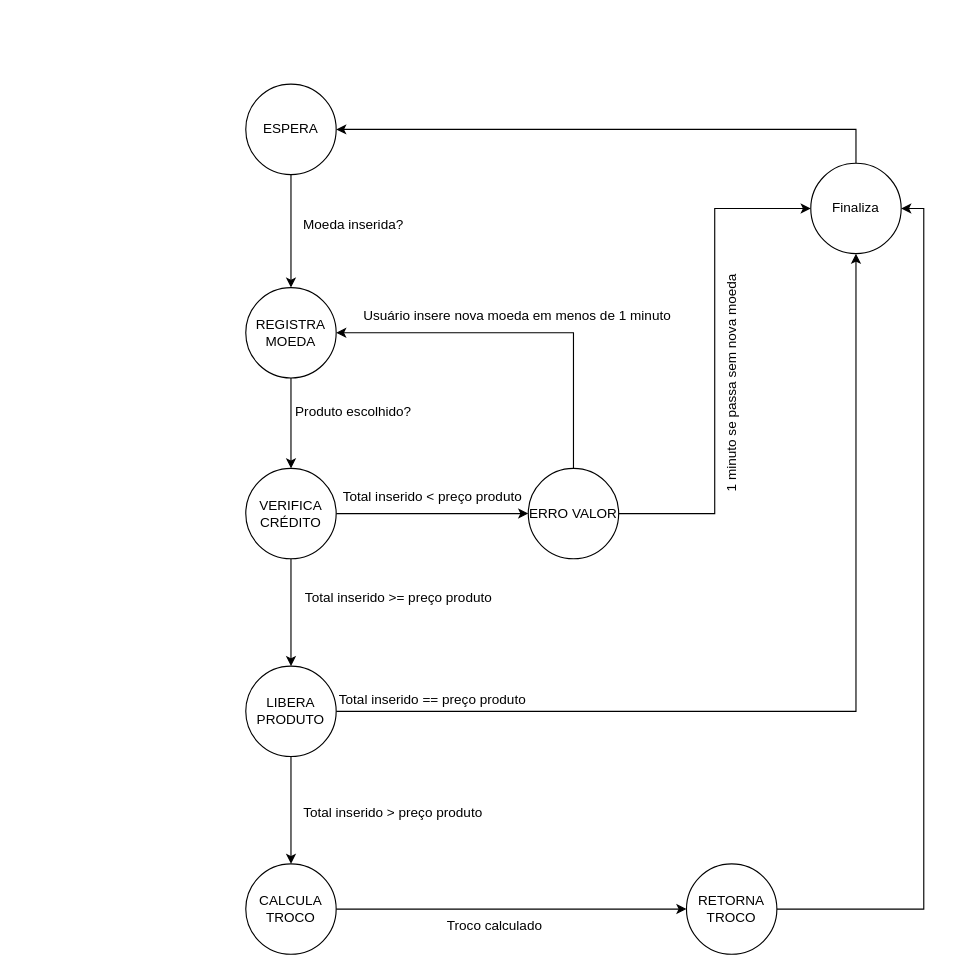
The draw.io diagram page "diagrama estado alto nível" (1 of 3) of docs/vending-machine.drawio in bbiancalopess/vending-machine, before the edit. Source tidied: cells renumbered, new cells numbered last; positions are measured from the earlier drawing's top-left corner, leaving out a move shared by most shapes. Both pictures are drawn from the tidied source at 113%, with x=0, y=0 at pixel (245, 84).
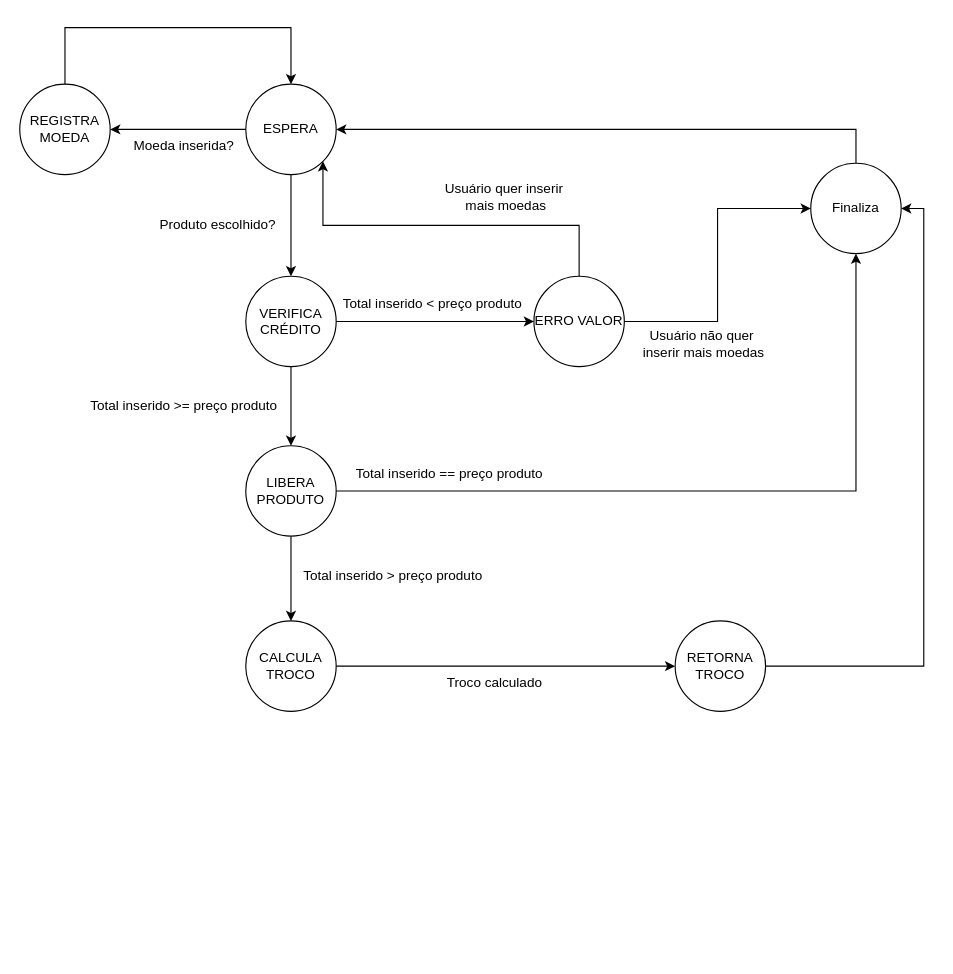
Above is the later version.

Unchanged cells that the change refers to:
```xml
<mxCell id="3" value="ESPERA" style="ellipse;whiteSpace=wrap;html=1;" parent="1" vertex="1">
  <mxGeometry width="80" height="80" as="geometry" />
</mxCell>
<mxCell id="19" value="Finaliza" style="ellipse;whiteSpace=wrap;html=1;" parent="1" vertex="1">
  <mxGeometry x="500" y="70" width="80" height="80" as="geometry" />
</mxCell>
```

Change to the diagram source:
```diff
@@
-    <mxCell id="2" style="edgeStyle=orthogonalEdgeStyle;rounded=0;jettySize=auto;html=1;exitX=0.5;exitY=1;exitDx=0;exitDy=0;entryX=0.5;entryY=0;entryDx=0;entryDy=0;" parent="1" edge="1" source="3" target="5">
+    <mxCell id="2" style="edgeStyle=orthogonalEdgeStyle;rounded=0;jettySize=auto;html=1;exitX=0;exitY=0.5;exitDx=0;exitDy=0;entryX=1;entryY=0.5;entryDx=0;entryDy=0;" parent="1" edge="1" source="3" target="5">
       <mxGeometry relative="1" as="geometry" />
     </mxCell>
@@
-    <mxCell id="4" style="edgeStyle=orthogonalEdgeStyle;rounded=0;jettySize=auto;html=1;exitX=0.5;exitY=1;exitDx=0;exitDy=0;entryX=0.5;entryY=0;entryDx=0;entryDy=0;" parent="1" edge="1" source="5" target="8">
+    <mxCell id="4" style="edgeStyle=orthogonalEdgeStyle;rounded=0;jettySize=auto;html=1;exitX=0.5;exitY=1;exitDx=0;exitDy=0;entryX=0.5;entryY=0;entryDx=0;entryDy=0;" parent="1" edge="1" source="3" target="8">
       <mxGeometry relative="1" as="geometry" />
     </mxCell>
     <mxCell id="5" value="REGISTRA MOEDA" style="ellipse;whiteSpace=wrap;html=1;" parent="1" vertex="1">
-      <mxGeometry y="180" width="80" height="80" as="geometry" />
+      <mxGeometry x="-200" width="80" height="80" as="geometry" />
     </mxCell>
@@
     <mxCell id="8" value="VERIFICA CRÉDITO" style="ellipse;whiteSpace=wrap;html=1;" parent="1" vertex="1">
-      <mxGeometry y="340" width="80" height="80" as="geometry" />
+      <mxGeometry y="170" width="80" height="80" as="geometry" />
     </mxCell>
@@
     <mxCell id="11" value="LIBERA PRODUTO" style="ellipse;whiteSpace=wrap;html=1;" parent="1" vertex="1">
-      <mxGeometry y="515" width="80" height="80" as="geometry" />
+      <mxGeometry y="320" width="80" height="80" as="geometry" />
     </mxCell>
     <mxCell id="12" value="Moeda inserida?" style="text;html=1;align=center;verticalAlign=middle;strokeColor=none;fillColor=none;" parent="1" vertex="1">
-      <mxGeometry x="40" y="110" width="110" height="30" as="geometry" />
+      <mxGeometry x="-110" y="40" width="110" height="30" as="geometry" />
     </mxCell>
     <mxCell id="13" value="Produto escolhido?" style="text;html=1;align=center;verticalAlign=middle;strokeColor=none;fillColor=none;" parent="1" vertex="1">
-      <mxGeometry x="30" y="275" width="130" height="30" as="geometry" />
+      <mxGeometry x="-90" y="110" width="130" height="30" as="geometry" />
     </mxCell>
     <mxCell id="14" value="Total inserido &amp;gt;= preço produto" style="text;html=1;align=center;verticalAlign=middle;strokeColor=none;fillColor=none;" parent="1" vertex="1">
-      <mxGeometry x="40" y="440" width="190" height="30" as="geometry" />
+      <mxGeometry x="-150" y="270" width="190" height="30" as="geometry" />
     </mxCell>
@@
     <mxCell id="16" value="CALCULA TROCO" style="ellipse;whiteSpace=wrap;html=1;" parent="1" vertex="1">
-      <mxGeometry y="690" width="80" height="80" as="geometry" />
+      <mxGeometry y="475" width="80" height="80" as="geometry" />
     </mxCell>
     <mxCell id="17" value="Total inserido &amp;gt; preço produto" style="text;html=1;align=center;verticalAlign=middle;strokeColor=none;fillColor=none;" parent="1" vertex="1">
-      <mxGeometry x="40" y="630" width="180" height="30" as="geometry" />
+      <mxGeometry x="40" y="420" width="180" height="30" as="geometry" />
     </mxCell>
@@
-    <mxCell id="20" style="edgeStyle=orthogonalEdgeStyle;rounded=0;jettySize=auto;html=1;exitX=0.5;exitY=0;exitDx=0;exitDy=0;entryX=1;entryY=0.5;entryDx=0;entryDy=0;" parent="1" edge="1" source="22" target="5">
-      <mxGeometry relative="1" as="geometry" />
-    </mxCell>
-    <mxCell id="21" style="edgeStyle=orthogonalEdgeStyle;rounded=0;jettySize=auto;html=1;exitX=1;exitY=0.5;exitDx=0;exitDy=0;entryX=0;entryY=0.5;entryDx=0;entryDy=0;" parent="1" edge="1" source="22" target="19">
-      <mxGeometry relative="1" as="geometry" />
-    </mxCell>
     <mxCell id="22" value="ERRO VALOR" style="ellipse;whiteSpace=wrap;html=1;" parent="1" vertex="1">
-      <mxGeometry x="250" y="340" width="80" height="80" as="geometry" />
+      <mxGeometry x="255" y="170" width="80" height="80" as="geometry" />
     </mxCell>
     <mxCell id="23" value="Total inserido &amp;lt; preço produto" style="text;html=1;align=center;verticalAlign=middle;strokeColor=none;fillColor=none;" parent="1" vertex="1">
-      <mxGeometry x="75" y="350" width="180" height="30" as="geometry" />
+      <mxGeometry x="75" y="180" width="180" height="30" as="geometry" />
     </mxCell>
     <mxCell id="24" value="Total inserido == preço produto" style="text;html=1;align=center;verticalAlign=middle;strokeColor=none;fillColor=none;" parent="1" vertex="1">
-      <mxGeometry x="70" y="530" width="190" height="30" as="geometry" />
+      <mxGeometry x="85" y="330" width="190" height="30" as="geometry" />
     </mxCell>
@@
     <mxCell id="26" value="RETORNA TROCO" style="ellipse;whiteSpace=wrap;html=1;" parent="1" vertex="1">
-      <mxGeometry x="390" y="690" width="80" height="80" as="geometry" />
+      <mxGeometry x="380" y="475" width="80" height="80" as="geometry" />
     </mxCell>
     <mxCell id="27" value="Troco calculado" style="text;html=1;align=center;verticalAlign=middle;strokeColor=none;fillColor=none;" parent="1" vertex="1">
-      <mxGeometry x="165" y="730" width="110" height="30" as="geometry" />
+      <mxGeometry x="165" y="515" width="110" height="30" as="geometry" />
     </mxCell>
-    <mxCell id="28" value="Usuário insere nova moeda em menos de 1 minuto" style="text;html=1;align=center;verticalAlign=middle;strokeColor=none;fillColor=none;" parent="1" vertex="1">
-      <mxGeometry x="90" y="190" width="300" height="30" as="geometry" />
-    </mxCell>
-    <mxCell id="29" value="1 minuto se passa sem nova moeda" style="text;html=1;align=center;verticalAlign=middle;strokeColor=none;fillColor=none;rotation=-90;" parent="1" vertex="1">
-      <mxGeometry x="320" y="250" width="220" height="30" as="geometry" />
-    </mxCell>
+    <mxCell id="30" value="Usuário quer inserir&amp;nbsp;&lt;div&gt;mais moedas&lt;/div&gt;" style="text;html=1;align=center;verticalAlign=middle;strokeColor=none;fillColor=none;" parent="1" vertex="1">
+      <mxGeometry x="165" y="80" width="130" height="40" as="geometry" />
+    </mxCell>
+    <mxCell id="31" value="Usuário não quer&amp;nbsp;&lt;div&gt;inserir&amp;nbsp;&lt;span style=&quot;background-color: transparent; color: light-dark(rgb(0, 0, 0), rgb(255, 255, 255));&quot;&gt;mais moedas&lt;/span&gt;&lt;/div&gt;" style="text;html=1;align=center;verticalAlign=middle;strokeColor=none;fillColor=none;" parent="1" vertex="1">
+      <mxGeometry x="340" y="210" width="130" height="40" as="geometry" />
+    </mxCell>
+    <mxCell id="32" style="edgeStyle=orthogonalEdgeStyle;rounded=0;jettySize=auto;html=1;exitX=0.5;exitY=0;exitDx=0;exitDy=0;entryX=0.5;entryY=0;entryDx=0;entryDy=0;" parent="1" edge="1" source="5" target="3">
+      <mxGeometry relative="1" as="geometry">
+        <Array as="points">
+          <mxPoint x="-160" y="-50" />
+          <mxPoint x="40" y="-50" />
+        </Array>
+      </mxGeometry>
+    </mxCell>
+    <mxCell id="21" style="edgeStyle=orthogonalEdgeStyle;rounded=0;jettySize=auto;html=1;exitX=1;exitY=0.5;exitDx=0;exitDy=0;entryX=0;entryY=0.5;entryDx=0;entryDy=0;" parent="1" edge="1" source="22" target="19">
+      <mxGeometry relative="1" as="geometry" />
+    </mxCell>
+    <mxCell id="33" style="edgeStyle=orthogonalEdgeStyle;rounded=0;jettySize=auto;html=1;exitX=0.5;exitY=0;exitDx=0;exitDy=0;entryX=1;entryY=1;entryDx=0;entryDy=0;" parent="1" edge="1" source="22" target="3">
+      <mxGeometry relative="1" as="geometry" />
+    </mxCell>
```
